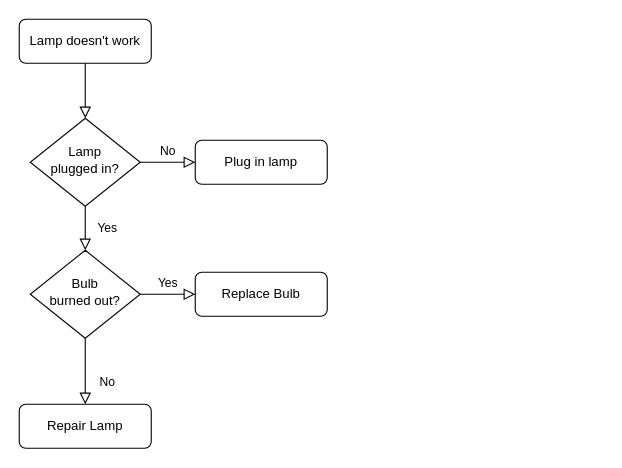
The draw.io diagram Untitled Diagram.drawio in jacmathew/jacmathew, before the edit. Source tidied: cells renumbered, new cells numbered last; positions are measured from the earlier drawing's top-left corner, leaving out a move shared by most shapes. Both pictures are drawn from the tidied source at 110%, with x=0, y=0 at pixel (19, 19).
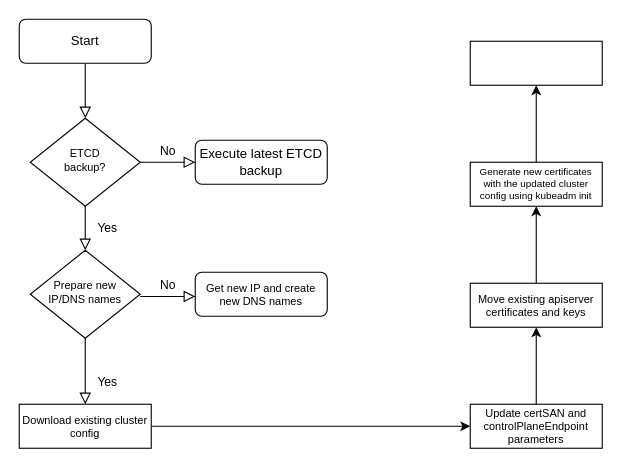
The same page after the edit.

Diff of the diagram source:
```diff
@@
-    <mxCell id="3" value="Lamp doesn't work" style="rounded=1;whiteSpace=wrap;html=1;fontSize=12;glass=0;strokeWidth=1;shadow=0;" parent="1" vertex="1">
+    <mxCell id="3" value="Start" style="rounded=1;whiteSpace=wrap;html=1;fontSize=12;glass=0;strokeWidth=1;shadow=0;" parent="1" vertex="1">
       <mxGeometry width="120" height="40" as="geometry" />
     </mxCell>
@@
-    <mxCell id="6" value="Lamp&lt;br&gt;plugged in?" style="rhombus;whiteSpace=wrap;html=1;shadow=0;fontFamily=Helvetica;fontSize=12;align=center;strokeWidth=1;spacing=6;spacingTop=-4;" parent="1" vertex="1">
+    <mxCell id="6" value="ETCD&lt;br style=&quot;font-size: 10px;&quot;&gt;backup?" style="rhombus;whiteSpace=wrap;html=1;shadow=0;fontFamily=Helvetica;fontSize=10;align=center;strokeWidth=1;spacing=6;spacingTop=-4;" parent="1" vertex="1">
       <mxGeometry x="10" y="90" width="100" height="80" as="geometry" />
     </mxCell>
-    <mxCell id="7" value="Plug in lamp" style="rounded=1;whiteSpace=wrap;html=1;fontSize=12;glass=0;strokeWidth=1;shadow=0;" parent="1" vertex="1">
+    <mxCell id="7" value="Execute latest ETCD backup" style="rounded=1;whiteSpace=wrap;html=1;fontSize=12;glass=0;strokeWidth=1;shadow=0;" parent="1" vertex="1">
       <mxGeometry x="160" y="110" width="120" height="40" as="geometry" />
     </mxCell>
-    <mxCell id="8" value="No" style="rounded=0;html=1;jettySize=auto;fontSize=11;endArrow=block;endFill=0;endSize=8;strokeWidth=1;shadow=0;labelBackgroundColor=none;edgeStyle=orthogonalEdgeStyle;" parent="1" edge="1" source="10" target="11">
-      <mxGeometry x="0.33" y="20" relative="1" as="geometry" />
+    <mxCell id="8" value="Yes" style="rounded=0;html=1;jettySize=auto;orthogonalLoop=1;fontSize=11;endArrow=block;endFill=0;endSize=8;strokeWidth=1;shadow=0;labelBackgroundColor=none;edgeStyle=orthogonalEdgeStyle;" parent="1" edge="1">
+      <mxGeometry x="0.33" y="20" relative="1" as="geometry">
+        <mxPoint x="60" y="290" as="sourcePoint" />
+        <mxPoint x="60" y="350" as="targetPoint" />
+      </mxGeometry>
     </mxCell>
-    <mxCell id="9" value="Yes" style="edgeStyle=orthogonalEdgeStyle;rounded=0;html=1;jettySize=auto;fontSize=11;endArrow=block;endFill=0;endSize=8;strokeWidth=1;shadow=0;labelBackgroundColor=none;" parent="1" edge="1" source="10" target="12">
-      <mxGeometry y="10" relative="1" as="geometry" />
+    <mxCell id="9" value="No" style="edgeStyle=orthogonalEdgeStyle;rounded=0;html=1;jettySize=auto;orthogonalLoop=1;fontSize=11;endArrow=block;endFill=0;endSize=8;strokeWidth=1;shadow=0;labelBackgroundColor=none;" parent="1" edge="1">
+      <mxGeometry y="10" relative="1" as="geometry">
+        <mxPoint x="110" y="252" as="sourcePoint" />
+        <mxPoint x="160" y="252" as="targetPoint" />
+      </mxGeometry>
     </mxCell>
-    <mxCell id="10" value="Bulb&lt;br&gt;burned out?" style="rhombus;whiteSpace=wrap;html=1;shadow=0;fontFamily=Helvetica;fontSize=12;align=center;strokeWidth=1;spacing=6;spacingTop=-4;" parent="1" vertex="1">
+    <mxCell id="10" value="Prepare new IP/DNS names" style="rhombus;whiteSpace=wrap;html=1;shadow=0;fontFamily=Helvetica;fontSize=10;align=center;strokeWidth=1;spacing=6;spacingTop=-4;" parent="1" vertex="1">
       <mxGeometry x="10" y="210" width="100" height="80" as="geometry" />
     </mxCell>
-    <mxCell id="11" value="Repair Lamp" style="rounded=1;whiteSpace=wrap;html=1;fontSize=12;glass=0;strokeWidth=1;shadow=0;" parent="1" vertex="1">
-      <mxGeometry y="350" width="120" height="40" as="geometry" />
-    </mxCell>
-    <mxCell id="12" value="Replace Bulb" style="rounded=1;whiteSpace=wrap;html=1;fontSize=12;glass=0;strokeWidth=1;shadow=0;" parent="1" vertex="1">
+    <mxCell id="12" value="Get new IP and create new DNS names" style="rounded=1;whiteSpace=wrap;html=1;fontSize=10;glass=0;strokeWidth=1;shadow=0;" parent="1" vertex="1">
       <mxGeometry x="160" y="230" width="120" height="40" as="geometry" />
     </mxCell>
+    <mxCell id="13" style="edgeStyle=orthogonalEdgeStyle;rounded=0;jettySize=auto;html=1;fontSize=10;" parent="1" edge="1" source="14" target="16">
+      <mxGeometry relative="1" as="geometry" />
+    </mxCell>
+    <mxCell id="14" value="Download existing cluster config" style="rounded=0;whiteSpace=wrap;html=1;fontSize=10;" parent="1" vertex="1">
+      <mxGeometry y="350" width="120" height="40" as="geometry" />
+    </mxCell>
+    <mxCell id="15" style="edgeStyle=orthogonalEdgeStyle;rounded=0;jettySize=auto;html=1;fontSize=10;" parent="1" edge="1" source="16" target="18">
+      <mxGeometry relative="1" as="geometry" />
+    </mxCell>
+    <mxCell id="16" value="Update certSAN and controlPlaneEndpoint parameters" style="rounded=0;whiteSpace=wrap;html=1;fontSize=10;" parent="1" vertex="1">
+      <mxGeometry x="410" y="350" width="120" height="40" as="geometry" />
+    </mxCell>
+    <mxCell id="17" style="edgeStyle=orthogonalEdgeStyle;rounded=0;jettySize=auto;html=1;fontSize=10;" parent="1" edge="1" source="18" target="20">
+      <mxGeometry relative="1" as="geometry" />
+    </mxCell>
+    <mxCell id="18" value="Move existing apiserver certificates and keys" style="whiteSpace=wrap;html=1;rounded=0;fontSize=10;" parent="1" vertex="1">
+      <mxGeometry x="410" y="240" width="120" height="40" as="geometry" />
+    </mxCell>
+    <mxCell id="19" style="edgeStyle=orthogonalEdgeStyle;rounded=0;jettySize=auto;html=1;fontSize=9;" parent="1" edge="1" source="20" target="21">
+      <mxGeometry relative="1" as="geometry" />
+    </mxCell>
+    <mxCell id="20" value="Generate new certificates with the updated cluster config using kubeadm init" style="whiteSpace=wrap;html=1;rounded=0;fontSize=9;" parent="1" vertex="1">
+      <mxGeometry x="410" y="130" width="120" height="40" as="geometry" />
+    </mxCell>
+    <mxCell id="21" style="whiteSpace=wrap;html=1;rounded=0;fontSize=9;" parent="1" vertex="1">
+      <mxGeometry x="410" y="20" width="120" height="40" as="geometry" />
+    </mxCell>
```
